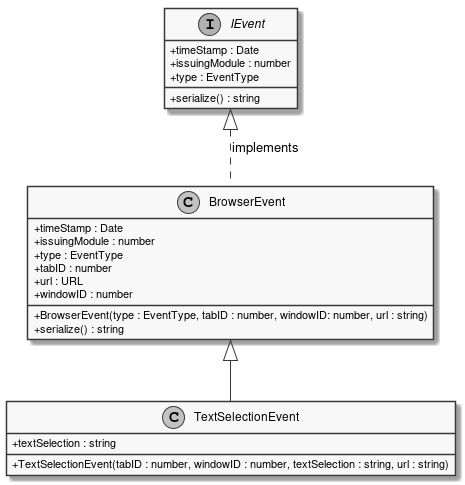
Earlier version of the PlantUML export documents/sd/resources/Classes/BrowserExtension/Listeners/TextSelectionEvent.png (insightmind/MORR).
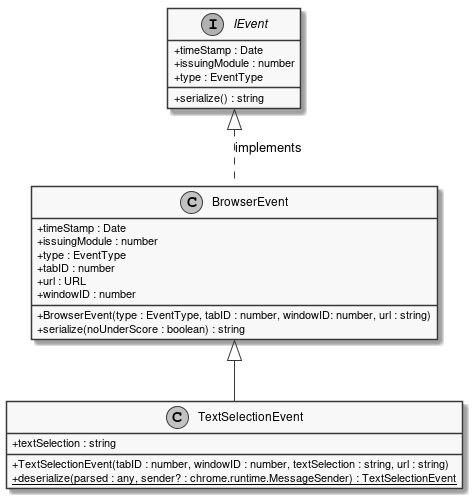
After the change.

What changed in the source:
```diff
@@ -5,6 +5,7 @@
 class TextSelectionEvent extends BrowserEvent {
     + textSelection : string
     + TextSelectionEvent(tabID : number, windowID : number, textSelection : string, url : string)
+    + {static} deserialize(parsed : any, sender? : chrome.runtime.MessageSender) : TextSelectionEvent
 }
 interface IEvent {
     + timeStamp : Date
@@ -19,9 +20,9 @@
     + timeStamp : Date
     + issuingModule : number
     + type : EventType
-    + serialize() : string
     + tabID : number
     + url : URL
     + windowID : number
+    + serialize(noUnderScore : boolean) : string
 }
 @enduml
```
